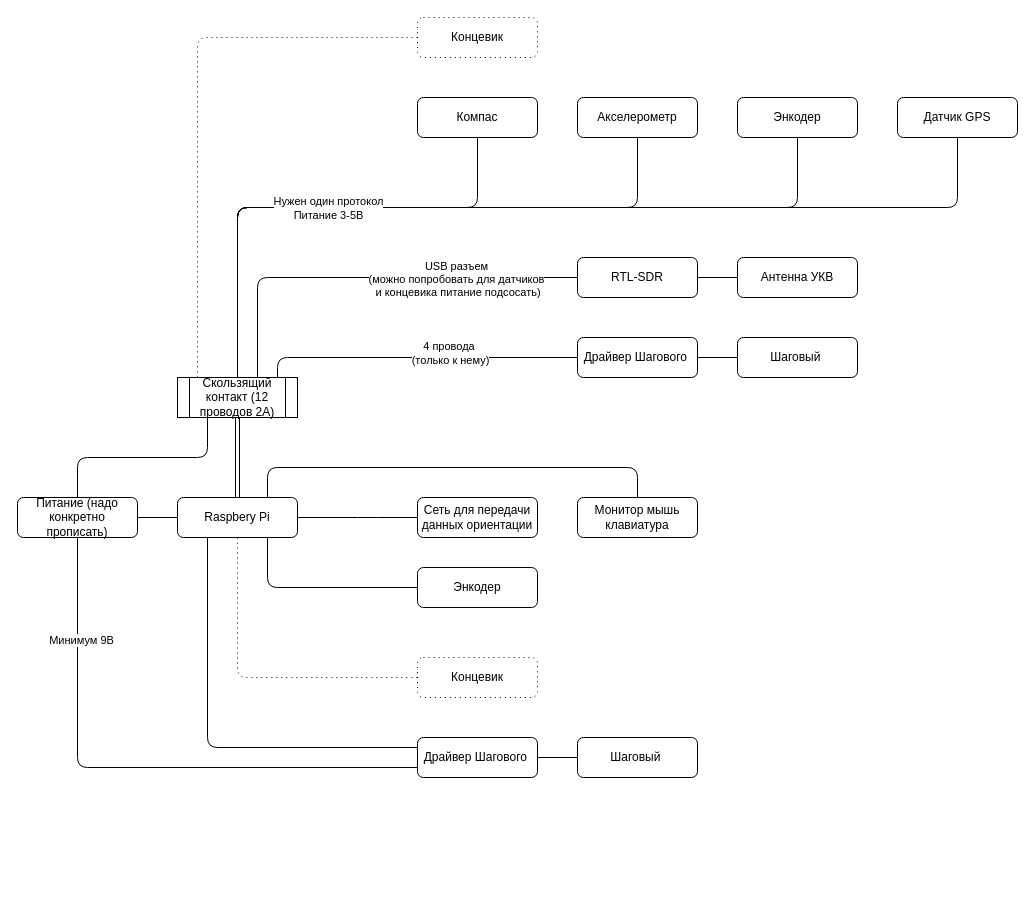
Earlier version of the draw.io diagram docs/Э2.drawio (Nik6820/stars-pcb). Source tidied: cells renumbered, new cells numbered last; positions are measured from the earlier drawing's top-left corner, leaving out a move shared by most shapes. Both pictures are drawn from the tidied source at 100%, with x=0, y=0 at pixel (17, 17).
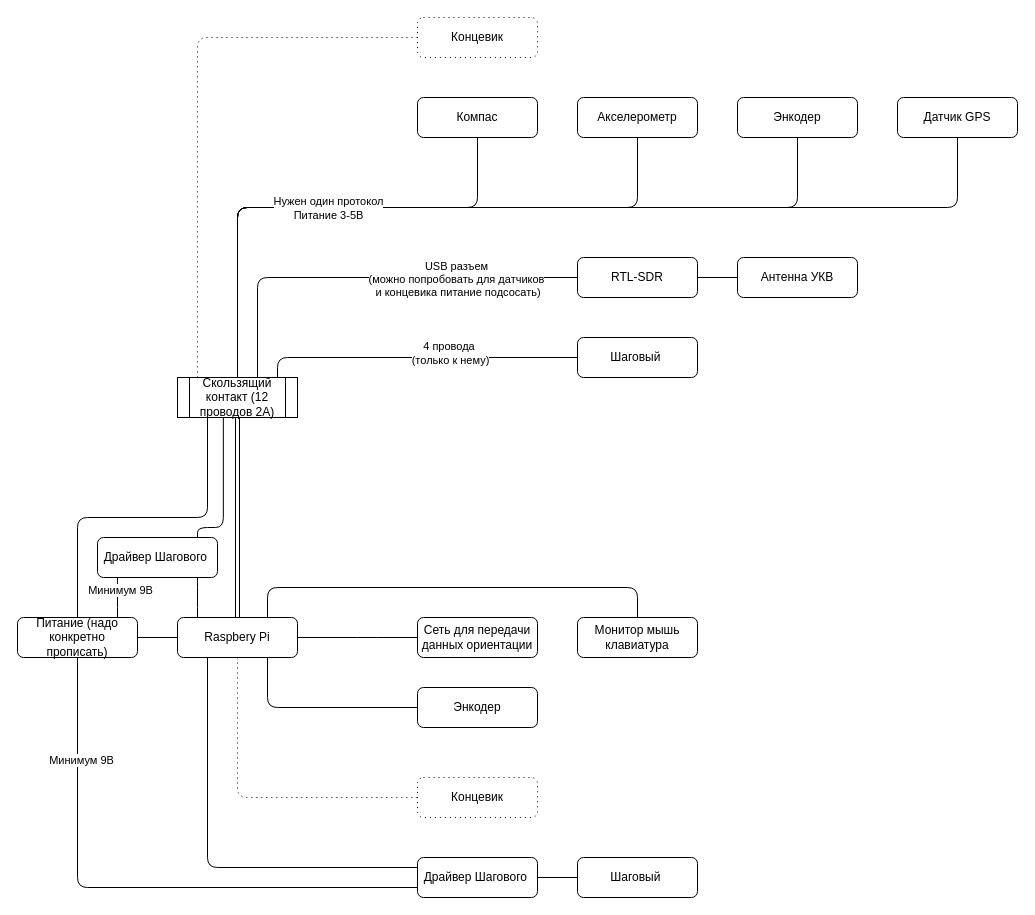
Above is the later version.

Commit message:
переставил драйвер до скользящего

Unchanged cells that the change refers to:
```xml
<mxCell id="32" value="Скользящий контакт (12 проводов 2А)" style="shape=process;whiteSpace=wrap;html=1;backgroundOutline=1;" parent="1" vertex="1">
  <mxGeometry x="160" y="360" width="120" height="40" as="geometry" />
</mxCell>
```

The edit, as a diff of the source:
```diff
@@
     <mxCell id="3" value="&lt;span style=&quot;color: rgb(0, 0, 0);&quot;&gt;Драйвер Шагового&amp;nbsp;&lt;/span&gt;" style="rounded=1;whiteSpace=wrap;html=1;" parent="1" vertex="1">
-      <mxGeometry x="400" y="720" width="120" height="40" as="geometry" />
+      <mxGeometry x="400" y="840" width="120" height="40" as="geometry" />
     </mxCell>
     <mxCell id="4" style="edgeStyle=elbowEdgeStyle;html=1;endArrow=none;endFill=0;entryX=0;entryY=0.25;entryDx=0;entryDy=0;" parent="1" edge="1" source="30" target="3">
       <mxGeometry relative="1" as="geometry">
         <Array as="points">
-          <mxPoint x="190" y="610" />
+          <mxPoint x="190" y="730" />
         </Array>
       </mxGeometry>
     </mxCell>
-    <mxCell id="5" style="edgeStyle=elbowEdgeStyle;html=1;endArrow=none;endFill=0;entryX=0;entryY=0.5;entryDx=0;entryDy=0;" parent="1" edge="1" source="32" target="10">
+    <mxCell id="5" style="edgeStyle=elbowEdgeStyle;html=1;endArrow=none;endFill=0;entryX=0;entryY=0.5;entryDx=0;entryDy=0;" parent="1" edge="1" source="32" target="11">
       <mxGeometry relative="1" as="geometry">
         <Array as="points">
           <mxPoint x="260" y="360" />
         </Array>
       </mxGeometry>
     </mxCell>
@@
     <mxCell id="7" style="edgeStyle=elbowEdgeStyle;html=1;endArrow=none;endFill=0;elbow=vertical;" parent="1" edge="1" source="30" target="13">
       <mxGeometry relative="1" as="geometry">
         <Array as="points">
-          <mxPoint x="350" y="500" />
+          <mxPoint x="350" y="620" />
         </Array>
       </mxGeometry>
     </mxCell>
     <mxCell id="8" value="&lt;span style=&quot;color: rgb(0, 0, 0);&quot;&gt;Шаговый&amp;nbsp;&lt;/span&gt;" style="rounded=1;whiteSpace=wrap;html=1;" parent="1" vertex="1">
-      <mxGeometry x="560" y="720" width="120" height="40" as="geometry" />
+      <mxGeometry x="560" y="840" width="120" height="40" as="geometry" />
     </mxCell>
-    <mxCell id="9" style="edgeStyle=none;html=1;endArrow=none;endFill=0;" parent="1" edge="1" source="10" target="11">
-      <mxGeometry relative="1" as="geometry" />
-    </mxCell>
-    <mxCell id="10" value="&lt;span style=&quot;color: rgb(0, 0, 0);&quot;&gt;Драйвер Шагового&amp;nbsp;&lt;/span&gt;" style="rounded=1;whiteSpace=wrap;html=1;" parent="1" vertex="1">
-      <mxGeometry x="560" y="320" width="120" height="40" as="geometry" />
-    </mxCell>
     <mxCell id="11" value="&lt;span style=&quot;color: rgb(0, 0, 0);&quot;&gt;Шаговый&amp;nbsp;&lt;/span&gt;" style="rounded=1;whiteSpace=wrap;html=1;" parent="1" vertex="1">
-      <mxGeometry x="720" y="320" width="120" height="40" as="geometry" />
+      <mxGeometry x="560" y="320" width="120" height="40" as="geometry" />
     </mxCell>
@@
     <mxCell id="13" value="Сеть для передачи данных ориентации" style="rounded=1;whiteSpace=wrap;html=1;" parent="1" vertex="1">
-      <mxGeometry x="400" y="480" width="120" height="40" as="geometry" />
+      <mxGeometry x="400" y="600" width="120" height="40" as="geometry" />
     </mxCell>
@@
     <mxCell id="19" style="endArrow=none;html=1;edgeStyle=elbowEdgeStyle;exitX=0.75;exitY=0;exitDx=0;exitDy=0;" parent="1" edge="1" source="30" target="20">
       <mxGeometry relative="1" as="geometry">
         <Array as="points">
-          <mxPoint x="440" y="450" />
+          <mxPoint x="440" y="570" />
         </Array>
       </mxGeometry>
     </mxCell>
     <mxCell id="20" value="Монитор мышь клавиатура" style="rounded=1;whiteSpace=wrap;html=1;" parent="1" vertex="1">
-      <mxGeometry x="560" y="480" width="120" height="40" as="geometry" />
+      <mxGeometry x="560" y="600" width="120" height="40" as="geometry" />
     </mxCell>
     <mxCell id="21" value="Концевик" style="rounded=1;whiteSpace=wrap;html=1;dashed=1;dashPattern=1 4;" parent="1" vertex="1">
-      <mxGeometry x="400" y="640" width="120" height="40" as="geometry" />
+      <mxGeometry x="400" y="760" width="120" height="40" as="geometry" />
     </mxCell>
     <mxCell id="22" style="endArrow=none;html=1;edgeStyle=elbowEdgeStyle;dashed=1;dashPattern=1 4;" parent="1" edge="1" source="30" target="21">
       <mxGeometry relative="1" as="geometry">
         <Array as="points">
-          <mxPoint x="220" y="660" />
+          <mxPoint x="220" y="780" />
         </Array>
       </mxGeometry>
     </mxCell>
@@
     <mxCell id="28" value="Энкодер" style="rounded=1;whiteSpace=wrap;html=1;" parent="1" vertex="1">
-      <mxGeometry x="400" y="550" width="120" height="40" as="geometry" />
+      <mxGeometry x="400" y="670" width="120" height="40" as="geometry" />
     </mxCell>
     <mxCell id="29" style="endArrow=none;html=1;edgeStyle=elbowEdgeStyle;" parent="1" edge="1" source="30" target="28">
       <mxGeometry relative="1" as="geometry">
         <Array as="points">
-          <mxPoint x="250" y="570" />
+          <mxPoint x="250" y="690" />
         </Array>
       </mxGeometry>
     </mxCell>
     <mxCell id="30" value="&lt;span style=&quot;color: rgb(0, 0, 0);&quot;&gt;Raspbery Pi&lt;/span&gt;" style="rounded=1;whiteSpace=wrap;html=1;" parent="1" vertex="1">
-      <mxGeometry x="160" y="480" width="120" height="40" as="geometry" />
+      <mxGeometry x="160" y="600" width="120" height="40" as="geometry" />
     </mxCell>
@@
     <mxCell id="40" value="Питание (надо конкретно прописать)" style="rounded=1;whiteSpace=wrap;html=1;" parent="1" vertex="1">
-      <mxGeometry y="480" width="120" height="40" as="geometry" />
+      <mxGeometry y="600" width="120" height="40" as="geometry" />
     </mxCell>
     <mxCell id="41" style="edgeStyle=elbowEdgeStyle;html=1;endArrow=none;endFill=0;elbow=vertical;entryX=0;entryY=0.75;entryDx=0;entryDy=0;" parent="1" edge="1" source="40" target="3">
       <mxGeometry relative="1" as="geometry">
         <Array as="points">
-          <mxPoint x="230" y="750" />
+          <mxPoint x="230" y="870" />
         </Array>
       </mxGeometry>
     </mxCell>
@@
+    <mxCell id="10" value="&lt;span style=&quot;color: rgb(0, 0, 0);&quot;&gt;Драйвер Шагового&amp;nbsp;&lt;/span&gt;" style="rounded=1;whiteSpace=wrap;html=1;" parent="1" vertex="1">
+      <mxGeometry x="80" y="520" width="120" height="40" as="geometry" />
+    </mxCell>
+    <mxCell id="43" style="endArrow=none;html=1;edgeStyle=elbowEdgeStyle;" parent="1" edge="1" source="40" target="10">
+      <mxGeometry relative="1" as="geometry" />
+    </mxCell>
+    <mxCell id="44" value="Минимум 9В" style="edgeLabel;html=1;align=center;verticalAlign=middle;" parent="43" vertex="1">
+      <mxGeometry x="0.39" y="-2" relative="1" as="geometry" />
+    </mxCell>
+    <mxCell id="45" style="endArrow=none;html=1;edgeStyle=elbowEdgeStyle;" parent="1" edge="1" source="30" target="10">
+      <mxGeometry relative="1" as="geometry" />
+    </mxCell>
+    <mxCell id="46" style="endArrow=none;html=1;edgeStyle=elbowEdgeStyle;entryX=0.382;entryY=0.991;entryDx=0;entryDy=0;entryPerimeter=0;elbow=vertical;" parent="1" edge="1" source="10" target="32">
+      <mxGeometry relative="1" as="geometry">
+        <Array as="points">
+          <mxPoint x="180" y="510" />
+        </Array>
+      </mxGeometry>
+    </mxCell>
```
